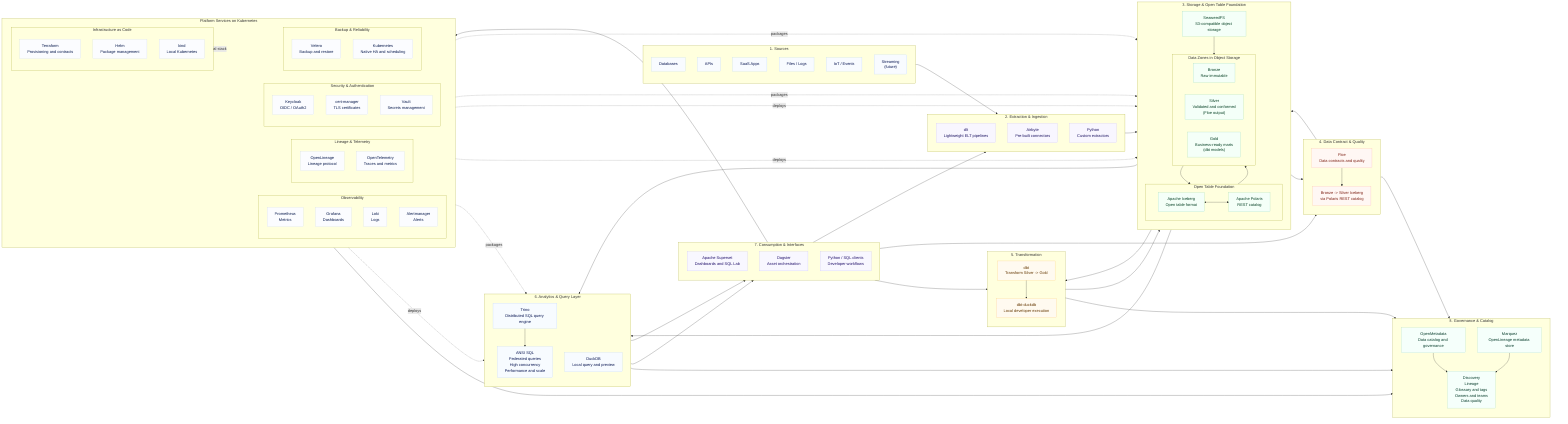
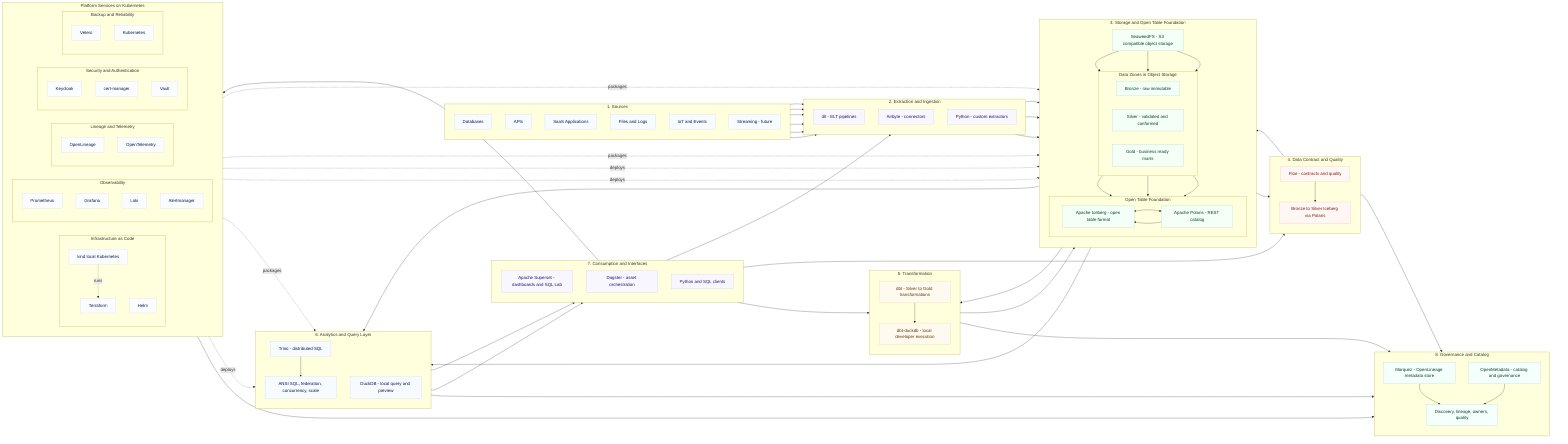
flowchart LR
-   %% OpenLakeForge v1 architecture.
-   %% Static, repo-friendly Mermaid source for docs and PR review.
- 
-   subgraph sources["1. Sources"]
+   subgraph sources [1. Sources]
    direction TB
-     src_db["Databases"]
-     src_api["APIs"]
-     src_saas["SaaS Apps"]
-     src_files["Files / Logs"]
-     src_iot["IoT / Events"]
-     src_stream["Streaming<br/>(future)"]
+     src_db[Databases]
+     src_api[APIs]
+     src_saas[SaaS Applications]
+     src_files[Files and Logs]
+     src_iot[IoT and Events]
+     src_stream[Streaming - future]
  end

-   subgraph ingest["2. Extraction & Ingestion"]
+   subgraph ingest [2. Extraction and Ingestion]
    direction TB
-     dlt["dlt<br/>Lightweight ELT pipelines"]
-     airbyte["Airbyte<br/>Pre-built connectors"]
-     python["Python<br/>Custom extractors"]
+     dlt[dlt - ELT pipelines]
+     airbyte[Airbyte - connectors]
+     python[Python - custom extractors]
  end

-   subgraph foundation["3. Storage & Open Table Foundation"]
+   subgraph foundation [3. Storage and Open Table Foundation]
    direction TB
+     seaweed[SeaweedFS - S3 compatible object storage]

-     seaweed["SeaweedFS<br/>S3-compatible object storage"]
- 
-     subgraph table_foundation["Open Table Foundation"]
+     subgraph table_foundation [Open Table Foundation]
      direction LR
-       iceberg["Apache Iceberg<br/>Open table format"]
-       polaris["Apache Polaris<br/>REST catalog"]
+       iceberg[Apache Iceberg - open table format]
+       polaris[Apache Polaris - REST catalog]
      iceberg <--> polaris
    end

-     subgraph zones["Data Zones in Object Storage"]
+     subgraph zones [Data Zones in Object Storage]
      direction LR
-       bronze["Bronze<br/>Raw immutable"]
-       silver["Silver<br/>Validated and conformed<br/>(Floe output)"]
-       gold["Gold<br/>Business-ready marts<br/>(dbt models)"]
+       bronze[Bronze - raw immutable]
+       silver[Silver - validated and conformed]
+       gold[Gold - business ready marts]
    end

-     seaweed --> zones
-     zones --> iceberg
-     polaris --> zones
+     seaweed --> bronze
+     seaweed --> silver
+     seaweed --> gold
+     bronze --> iceberg
+     silver --> iceberg
+     gold --> iceberg
+     polaris --> iceberg
  end

-   subgraph quality["4. Data Contract & Quality"]
+   subgraph quality [4. Data Contract and Quality]
    direction TB
-     floe["Floe<br/>Data contracts and quality"]
-     floe_flow["Bronze -> Silver Iceberg<br/>via Polaris REST catalog"]
+     floe[Floe - contracts and quality]
+     floe_flow[Bronze to Silver Iceberg via Polaris]
    floe --> floe_flow
  end

-   subgraph transform["5. Transformation"]
+   subgraph transform [5. Transformation]
    direction TB
-     dbt["dbt<br/>Transform Silver -> Gold"]
-     duckdb_dbt["dbt-duckdb<br/>Local developer execution"]
+     dbt[dbt - Silver to Gold transformations]
+     duckdb_dbt[dbt-duckdb - local developer execution]
    dbt --> duckdb_dbt
  end

-   subgraph query["6. Analytics & Query Layer"]
+   subgraph query [6. Analytics and Query Layer]
    direction TB
-     trino["Trino<br/>Distributed SQL query engine"]
-     duckdb["DuckDB<br/>Local query and preview"]
-     trino_features["ANSI SQL<br/>Federated queries<br/>High concurrency<br/>Performance and scale"]
+     trino[Trino - distributed SQL]
+     duckdb[DuckDB - local query and preview]
+     trino_features[ANSI SQL, federation, concurrency, scale]
    trino --> trino_features
  end

-   subgraph interfaces["7. Consumption & Interfaces"]
+   subgraph interfaces [7. Consumption and Interfaces]
    direction TB
-     superset["Apache Superset<br/>Dashboards and SQL Lab"]
-     dagster["Dagster<br/>Asset orchestration"]
-     notebooks["Python / SQL clients<br/>Developer workflows"]
+     superset[Apache Superset - dashboards and SQL Lab]
+     dagster[Dagster - asset orchestration]
+     notebooks[Python and SQL clients]
  end

-   subgraph governance["8. Governance & Catalog"]
+   subgraph governance [8. Governance and Catalog]
    direction TB
-     openmetadata["OpenMetadata<br/>Data catalog and governance"]
-     marquez["Marquez<br/>OpenLineage metadata store"]
-     governance_features["Discovery<br/>Lineage<br/>Glossary and tags<br/>Owners and teams<br/>Data quality"]
+     openmetadata[OpenMetadata - catalog and governance]
+     marquez[Marquez - OpenLineage metadata store]
+     governance_features[Discovery, lineage, owners, quality]
  end

-   subgraph platform["Platform Services on Kubernetes"]
+   subgraph platform [Platform Services on Kubernetes]
    direction LR
- 
-     subgraph iac["Infrastructure as Code"]
+     subgraph iac [Infrastructure as Code]
      direction TB
-       terraform["Terraform<br/>Provisioning and contracts"]
-       helm["Helm<br/>Package management"]
-       kind["kind<br/>Local Kubernetes"]
+       terraform[Terraform]
+       helm[Helm]
+       kind[kind local Kubernetes]
    end

-     subgraph observability["Observability"]
+     subgraph observability [Observability]
      direction TB
-       prometheus["Prometheus<br/>Metrics"]
-       grafana["Grafana<br/>Dashboards"]
-       loki["Loki<br/>Logs"]
-       alertmanager["Alertmanager<br/>Alerts"]
+       prometheus[Prometheus]
+       grafana[Grafana]
+       loki[Loki]
+       alertmanager[Alertmanager]
    end

-     subgraph lineage["Lineage & Telemetry"]
+     subgraph lineage [Lineage and Telemetry]
      direction TB
-       openlineage["OpenLineage<br/>Lineage protocol"]
-       otel["OpenTelemetry<br/>Traces and metrics"]
+       openlineage[OpenLineage]
+       otel[OpenTelemetry]
    end

-     subgraph security["Security & Authentication"]
+     subgraph security [Security and Authentication]
      direction TB
-       keycloak["Keycloak<br/>OIDC / OAuth2"]
-       cert_manager["cert-manager<br/>TLS certificates"]
-       vault["Vault<br/>Secrets management"]
+       keycloak[Keycloak]
+       cert_manager[cert-manager]
+       vault[Vault]
    end

-     subgraph reliability["Backup & Reliability"]
+     subgraph reliability [Backup and Reliability]
      direction TB
-       velero["Velero<br/>Backup and restore"]
-       k8s["Kubernetes<br/>Native HA and scheduling"]
+       velero[Velero]
+       k8s[Kubernetes]
    end
  end

-   sources --> ingest
-   ingest --> bronze
+   src_db --> dlt
+   src_api --> dlt
+   src_saas --> airbyte
+   src_files --> python
+   src_iot --> python
+   src_stream --> airbyte
+ 
+   dlt --> bronze
+   airbyte --> bronze
+   python --> bronze
+ 
  bronze --> floe
  floe_flow --> silver
  silver --> dbt
  dbt --> gold
  silver --> trino
  gold --> trino
  trino --> superset
  trino --> notebooks
+ 
  dagster --> dlt
  dagster --> floe
  dagster --> dbt
  dagster --> openlineage
  openlineage --> marquez
+   marquez --> governance_features
  openmetadata --> governance_features
-   marquez --> governance_features
  trino --> openmetadata
  floe --> openmetadata
  dbt --> openmetadata

  terraform -. deploys .-> seaweed
  terraform -. deploys .-> polaris
  terraform -. deploys .-> trino
  helm -. packages .-> seaweed
  helm -. packages .-> polaris
  helm -. packages .-> trino
-   kind -. runs local stack .-> platform
+   kind -. runs .-> terraform

  classDef source fill:#f8fbff,stroke:#b7d3ff,color:#061450
  classDef ingest fill:#f8f6ff,stroke:#c9bcff,color:#1c1361
  classDef storage fill:#f4fff8,stroke:#9bd8b7,color:#064125
  classDef quality fill:#fff7f4,stroke:#ffb7a8,color:#7c1f12
  classDef transform fill:#fffaf0,stroke:#ffc876,color:#643700
  classDef query fill:#f7fbff,stroke:#b8d2ff,color:#061450
  classDef consume fill:#f8f7ff,stroke:#c4bdff,color:#20106a
  classDef governance fill:#f5fffb,stroke:#a5dbc6,color:#063c2b
  classDef platform fill:#fbfcff,stroke:#cfd8e8,color:#07194c

  class src_db,src_api,src_saas,src_files,src_iot,src_stream source
  class dlt,airbyte,python ingest
  class seaweed,iceberg,polaris,bronze,silver,gold storage
  class floe,floe_flow quality
  class dbt,duckdb_dbt transform
  class trino,duckdb,trino_features query
  class superset,dagster,notebooks consume
  class openmetadata,marquez,governance_features governance
  class terraform,helm,kind,prometheus,grafana,loki,alertmanager,openlineage,otel,keycloak,cert_manager,vault,velero,k8s platform
